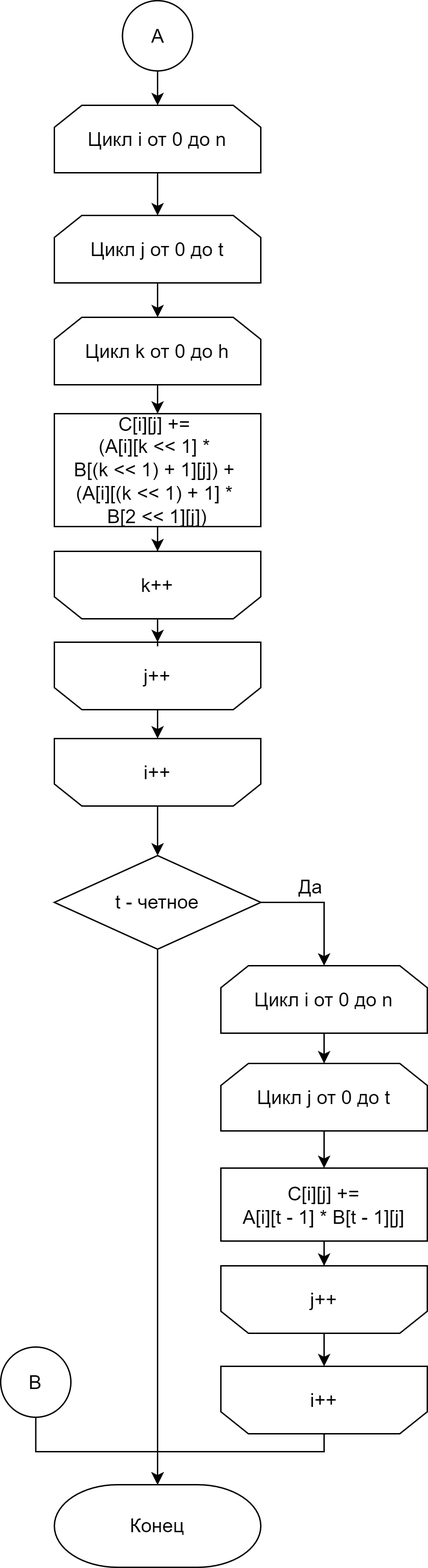
Before: lab_02/docs/img/vinograd_opt_alg_2.png, a diagram exported from draw.io (Mansurow/bmstu-iu7-5sem-AA). Source tidied: cells renumbered, new cells last; positions are measured from the earlier drawing's top-left corner, leaving out a move shared by most shapes.
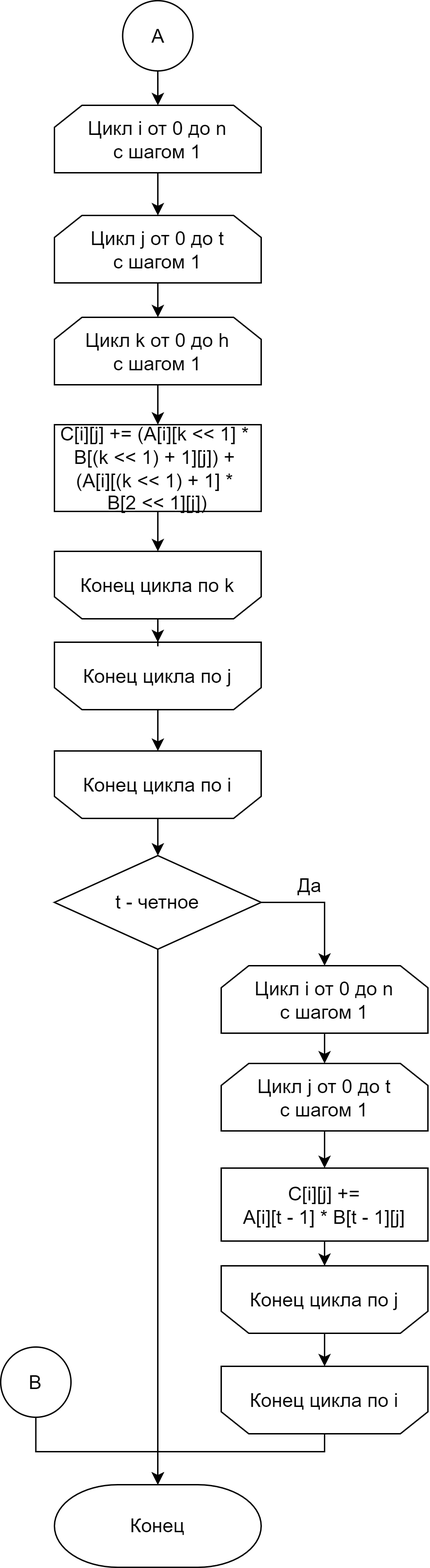
Later version of the same file.

Diff of the diagram source:
```diff
@@ -8,43 +8,43 @@
     <mxCell id="3" style="edgeStyle=orthogonalEdgeStyle;rounded=0;jettySize=auto;html=1;fontSize=14;" parent="1" edge="1" source="4" target="6">
       <mxGeometry relative="1" as="geometry" />
     </mxCell>
-    <mxCell id="4" value="&lt;span style=&quot;font-size: 14px;&quot;&gt;Цикл i от 0 до n&lt;/span&gt;" style="shape=loopLimit;whiteSpace=wrap;html=1;fontSize=14;" parent="1" vertex="1">
+    <mxCell id="4" value="&lt;span style=&quot;font-size: 14px;&quot;&gt;Цикл i от 0 до n&lt;br&gt;с шагом 1&lt;br&gt;&lt;/span&gt;" style="shape=loopLimit;whiteSpace=wrap;html=1;fontSize=14;" parent="1" vertex="1">
       <mxGeometry x="39" y="76" width="150" height="49" as="geometry" />
     </mxCell>
     <mxCell id="5" style="edgeStyle=orthogonalEdgeStyle;rounded=0;jettySize=auto;html=1;fontSize=14;" parent="1" edge="1" source="6" target="8">
       <mxGeometry relative="1" as="geometry" />
     </mxCell>
-    <mxCell id="6" value="&lt;span style=&quot;font-size: 14px;&quot;&gt;Цикл j от 0 до t&lt;/span&gt;" style="shape=loopLimit;whiteSpace=wrap;html=1;fontSize=14;" parent="1" vertex="1">
+    <mxCell id="6" value="&lt;span style=&quot;font-size: 14px;&quot;&gt;Цикл j от 0 до t&lt;br&gt;с шагом 1&lt;br&gt;&lt;/span&gt;" style="shape=loopLimit;whiteSpace=wrap;html=1;fontSize=14;" parent="1" vertex="1">
       <mxGeometry x="39" y="156" width="150" height="49" as="geometry" />
     </mxCell>
     <mxCell id="7" style="edgeStyle=orthogonalEdgeStyle;rounded=0;jettySize=auto;html=1;fontSize=14;" parent="1" edge="1" source="8" target="10">
       <mxGeometry relative="1" as="geometry" />
     </mxCell>
-    <mxCell id="8" value="&lt;span style=&quot;font-size: 14px;&quot;&gt;Цикл k от 0 до h&lt;/span&gt;" style="shape=loopLimit;whiteSpace=wrap;html=1;fontSize=14;" parent="1" vertex="1">
+    <mxCell id="8" value="&lt;span style=&quot;font-size: 14px;&quot;&gt;Цикл k от 0 до h&lt;br&gt;с шагом 1&lt;br&gt;&lt;/span&gt;" style="shape=loopLimit;whiteSpace=wrap;html=1;fontSize=14;" parent="1" vertex="1">
       <mxGeometry x="39" y="230" width="150" height="49" as="geometry" />
     </mxCell>
     <mxCell id="9" style="edgeStyle=orthogonalEdgeStyle;rounded=0;jettySize=auto;html=1;fontSize=14;" parent="1" edge="1" source="10" target="16">
       <mxGeometry relative="1" as="geometry" />
     </mxCell>
-    <mxCell id="10" value="C[i][j] +=&amp;nbsp;&lt;br&gt;(A[i][k &amp;lt;&amp;lt; 1] * &lt;br&gt;B[(k &amp;lt;&amp;lt; 1) + 1][j]) + &lt;br&gt;(A[i][(k &amp;lt;&amp;lt; 1) + 1] * &lt;br&gt;B[2 &amp;lt;&amp;lt; 1][j])" style="rounded=0;whiteSpace=wrap;html=1;absoluteArcSize=1;arcSize=14;strokeWidth=1;fontSize=14;" parent="1" vertex="1">
-      <mxGeometry x="39" y="300" width="150" height="82" as="geometry" />
+    <mxCell id="10" value="C[i][j] +=&amp;nbsp;(A[i][k &amp;lt;&amp;lt; 1] * &lt;br&gt;B[(k &amp;lt;&amp;lt; 1) + 1][j]) + &lt;br&gt;(A[i][(k &amp;lt;&amp;lt; 1) + 1] * &lt;br&gt;B[2 &amp;lt;&amp;lt; 1][j])" style="rounded=0;whiteSpace=wrap;html=1;absoluteArcSize=1;arcSize=14;strokeWidth=1;fontSize=14;" parent="1" vertex="1">
+      <mxGeometry x="39" y="308" width="150" height="63" as="geometry" />
     </mxCell>
     <mxCell id="11" style="edgeStyle=orthogonalEdgeStyle;rounded=0;jettySize=auto;html=1;endArrow=classic;endFill=1;fontSize=14;" parent="1" edge="1" source="12" target="20">
       <mxGeometry relative="1" as="geometry" />
     </mxCell>
-    <mxCell id="12" value="i++" style="shape=loopLimit;whiteSpace=wrap;html=1;direction=west;fontSize=14;" parent="1" vertex="1">
-      <mxGeometry x="39" y="536" width="150" height="49" as="geometry" />
+    <mxCell id="12" value="Конец цикла по i" style="shape=loopLimit;whiteSpace=wrap;html=1;direction=west;fontSize=14;" parent="1" vertex="1">
+      <mxGeometry x="39" y="545" width="150" height="49" as="geometry" />
     </mxCell>
     <mxCell id="13" style="edgeStyle=orthogonalEdgeStyle;rounded=0;jettySize=auto;html=1;fontSize=14;" parent="1" edge="1" source="14" target="12">
       <mxGeometry relative="1" as="geometry" />
     </mxCell>
-    <mxCell id="14" value="&lt;span style=&quot;font-size: 14px;&quot;&gt;j++&lt;/span&gt;" style="shape=loopLimit;whiteSpace=wrap;html=1;direction=west;fontSize=14;" parent="1" vertex="1">
+    <mxCell id="14" value="Конец цикла по j" style="shape=loopLimit;whiteSpace=wrap;html=1;direction=west;fontSize=14;" parent="1" vertex="1">
       <mxGeometry x="39" y="466" width="150" height="49" as="geometry" />
     </mxCell>
     <mxCell id="15" style="edgeStyle=orthogonalEdgeStyle;rounded=0;jettySize=auto;html=1;entryX=0.5;entryY=1;entryDx=0;entryDy=0;fontSize=14;" parent="1" edge="1" source="16" target="14">
       <mxGeometry relative="1" as="geometry" />
     </mxCell>
-    <mxCell id="16" value="&lt;span style=&quot;font-size: 14px;&quot;&gt;k++&lt;/span&gt;" style="shape=loopLimit;whiteSpace=wrap;html=1;direction=west;fontSize=14;" parent="1" vertex="1">
+    <mxCell id="16" value="Конец цикла по k" style="shape=loopLimit;whiteSpace=wrap;html=1;direction=west;fontSize=14;" parent="1" vertex="1">
       <mxGeometry x="39" y="400" width="150" height="49" as="geometry" />
     </mxCell>
     <mxCell id="17" style="edgeStyle=orthogonalEdgeStyle;rounded=0;jettySize=auto;html=1;exitX=1;exitY=0.5;exitDx=0;exitDy=0;endArrow=classic;endFill=1;fontSize=14;" parent="1" edge="1" source="20" target="22">
@@ -64,13 +64,13 @@
     <mxCell id="21" style="edgeStyle=orthogonalEdgeStyle;rounded=0;jettySize=auto;html=1;endArrow=classic;endFill=1;fontSize=14;" parent="1" edge="1" source="22" target="24">
       <mxGeometry relative="1" as="geometry" />
     </mxCell>
-    <mxCell id="22" value="&lt;span style=&quot;font-size: 14px;&quot;&gt;Цикл i от 0 до n&lt;/span&gt;" style="shape=loopLimit;whiteSpace=wrap;html=1;fontSize=14;" parent="1" vertex="1">
+    <mxCell id="22" value="&lt;span style=&quot;font-size: 14px;&quot;&gt;Цикл i от 0 до n&lt;br&gt;с шагом 1&lt;br&gt;&lt;/span&gt;" style="shape=loopLimit;whiteSpace=wrap;html=1;fontSize=14;" parent="1" vertex="1">
       <mxGeometry x="160" y="701" width="150" height="49" as="geometry" />
     </mxCell>
     <mxCell id="23" style="edgeStyle=orthogonalEdgeStyle;rounded=0;jettySize=auto;html=1;endArrow=classic;endFill=1;fontSize=14;" parent="1" edge="1" source="24" target="26">
       <mxGeometry relative="1" as="geometry" />
     </mxCell>
-    <mxCell id="24" value="&lt;span style=&quot;font-size: 14px;&quot;&gt;Цикл j от 0 до t&lt;br style=&quot;font-size: 14px;&quot;&gt;&lt;/span&gt;" style="shape=loopLimit;whiteSpace=wrap;html=1;fontSize=14;" parent="1" vertex="1">
+    <mxCell id="24" value="&lt;span style=&quot;font-size: 14px;&quot;&gt;Цикл j от 0 до t&lt;br&gt;с шагом 1&lt;br style=&quot;font-size: 14px;&quot;&gt;&lt;/span&gt;" style="shape=loopLimit;whiteSpace=wrap;html=1;fontSize=14;" parent="1" vertex="1">
       <mxGeometry x="160" y="772" width="150" height="49" as="geometry" />
     </mxCell>
     <mxCell id="25" style="edgeStyle=orthogonalEdgeStyle;rounded=0;jettySize=auto;html=1;endArrow=classic;endFill=1;fontSize=14;" parent="1" edge="1" source="26" target="30">
@@ -87,13 +87,13 @@
         </Array>
       </mxGeometry>
     </mxCell>
-    <mxCell id="28" value="&lt;span style=&quot;font-size: 14px;&quot;&gt;i++&lt;br style=&quot;font-size: 14px;&quot;&gt;&lt;/span&gt;" style="shape=loopLimit;whiteSpace=wrap;html=1;direction=west;fontSize=14;" parent="1" vertex="1">
+    <mxCell id="28" value="Конец цикла по i&lt;span style=&quot;font-size: 14px;&quot;&gt;&lt;br style=&quot;font-size: 14px;&quot;&gt;&lt;/span&gt;" style="shape=loopLimit;whiteSpace=wrap;html=1;direction=west;fontSize=14;" parent="1" vertex="1">
       <mxGeometry x="160" y="992" width="150" height="49" as="geometry" />
     </mxCell>
     <mxCell id="29" style="edgeStyle=orthogonalEdgeStyle;rounded=0;jettySize=auto;html=1;entryX=0.5;entryY=1;entryDx=0;entryDy=0;endArrow=classic;endFill=1;fontSize=14;" parent="1" edge="1" source="30" target="28">
       <mxGeometry relative="1" as="geometry" />
     </mxCell>
-    <mxCell id="30" value="&lt;span style=&quot;font-size: 14px;&quot;&gt;j++&lt;br style=&quot;font-size: 14px;&quot;&gt;&lt;/span&gt;" style="shape=loopLimit;whiteSpace=wrap;html=1;direction=west;fontSize=14;" parent="1" vertex="1">
+    <mxCell id="30" value="Конец цикла по j&lt;span style=&quot;font-size: 14px;&quot;&gt;&lt;br style=&quot;font-size: 14px;&quot;&gt;&lt;/span&gt;" style="shape=loopLimit;whiteSpace=wrap;html=1;direction=west;fontSize=14;" parent="1" vertex="1">
       <mxGeometry x="160" y="919" width="150" height="49" as="geometry" />
     </mxCell>
     <mxCell id="31" style="edgeStyle=orthogonalEdgeStyle;rounded=0;jettySize=auto;html=1;endArrow=classic;endFill=1;fontSize=14;" parent="1" edge="1" source="32" target="4">
```
